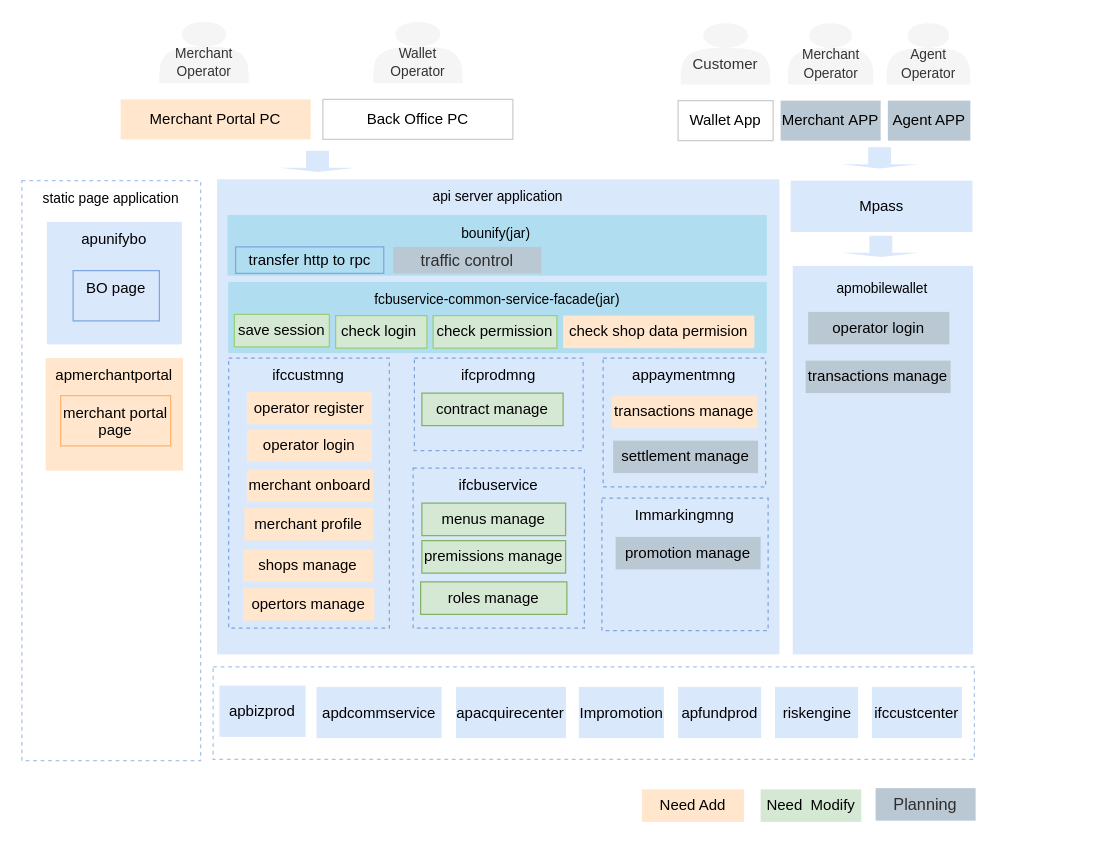
renqiuming/drawio keeps this draw.io diagram as page "架构图" (1 of 3) of Merchant portal.drawio. Above is the earlier version. Source tidied: cells renumbered, new cells numbered last; positions are measured from the earlier drawing's top-left corner, leaving out a move shared by most shapes. Both pictures are drawn from the tidied source at 125%, with x=0, y=0 at pixel (21, 21).
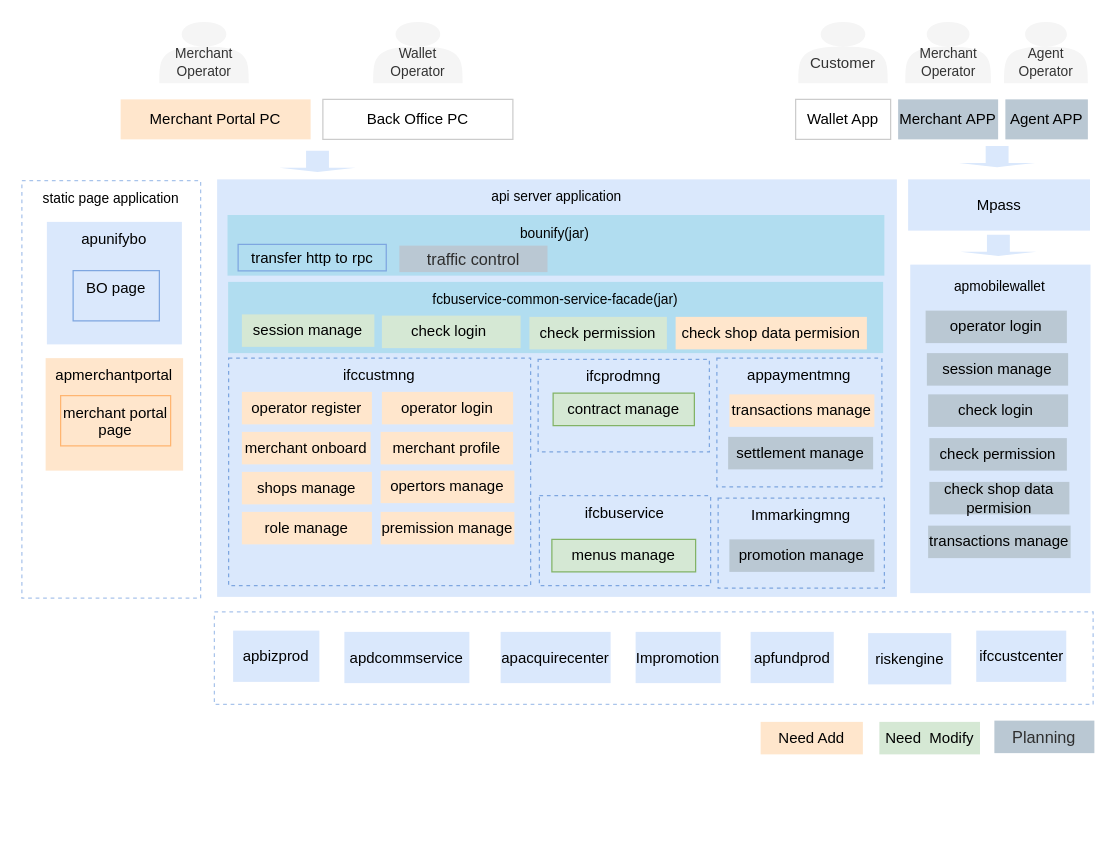
After the change.

What changed in the source:
```diff
@@
     <mxCell id="2" value="&lt;span style=&quot;font-size: 11px;&quot;&gt;api server application&lt;/span&gt;" style="rounded=0;whiteSpace=wrap;html=1;fillColor=#dae8fc;strokeColor=none;verticalAlign=top;" parent="1" vertex="1">
-      <mxGeometry x="156.2" y="126" width="449.8" height="380" as="geometry" />
+      <mxGeometry x="156.2" y="126" width="543.8" height="334" as="geometry" />
     </mxCell>
     <mxCell id="3" value="Merchant&amp;nbsp;APP" style="rounded=0;whiteSpace=wrap;html=1;fillColor=#bac8d3;strokeColor=none;" parent="1" vertex="1">
-      <mxGeometry x="607" y="63" width="80" height="32" as="geometry" />
+      <mxGeometry x="701" y="62" width="80" height="32" as="geometry" />
     </mxCell>
     <mxCell id="4" style="rounded=0;whiteSpace=wrap;html=1;fillColor=#dae8fc;strokeColor=none;" parent="1" vertex="1">
-      <mxGeometry x="616.7" y="195.2" width="144.2" height="310.8" as="geometry" />
+      <mxGeometry x="710.7" y="194.2" width="144.2" height="262.8" as="geometry" />
     </mxCell>
     <mxCell id="5" value="Mpass" style="rounded=0;whiteSpace=wrap;html=1;fillColor=#dae8fc;strokeColor=none;" parent="1" vertex="1">
-      <mxGeometry x="615" y="127" width="145.5" height="41" as="geometry" />
+      <mxGeometry x="709" y="126" width="145.5" height="41" as="geometry" />
     </mxCell>
     <mxCell id="6" value="ifccustmng" style="rounded=0;whiteSpace=wrap;html=1;fillColor=none;strokeColor=#7EA6E0;dashed=1;verticalAlign=top;" parent="1" vertex="1">
-      <mxGeometry x="165.4" y="269" width="128.6" height="216" as="geometry" />
+      <mxGeometry x="165.4" y="269" width="241.6" height="182" as="geometry" />
     </mxCell>
     <mxCell id="7" value="appaymentmng" style="rounded=0;whiteSpace=wrap;html=1;fillColor=none;strokeColor=#7EA6E0;dashed=1;verticalAlign=top;" parent="1" vertex="1">
-      <mxGeometry x="465" y="269" width="130" height="103" as="geometry" />
+      <mxGeometry x="556" y="269" width="132" height="103" as="geometry" />
     </mxCell>
     <mxCell id="8" value="Immarkingmng" style="rounded=0;whiteSpace=wrap;html=1;fillColor=none;strokeColor=#7EA6E0;dashed=1;verticalAlign=top;" parent="1" vertex="1">
-      <mxGeometry x="464" y="381" width="133" height="106" as="geometry" />
+      <mxGeometry x="557" y="381" width="133" height="72" as="geometry" />
     </mxCell>
     <mxCell id="9" value="ifcbuservice" style="rounded=0;whiteSpace=wrap;html=1;fillColor=none;strokeColor=#7EA6E0;dashed=1;verticalAlign=top;" parent="1" vertex="1">
-      <mxGeometry x="313" y="357" width="137" height="128" as="geometry" />
+      <mxGeometry x="414" y="379" width="137" height="72" as="geometry" />
     </mxCell>
@@
     <mxCell id="11" value="&lt;font style=&quot;font-size: 11px;&quot;&gt;&lt;br style=&quot;font-size: 11px;&quot;&gt;Agent&lt;br&gt;Operator&lt;/font&gt;" style="shape=actor;whiteSpace=wrap;html=1;fillColor=#f5f5f5;strokeColor=none;fontColor=#333333;" parent="1" vertex="1">
-      <mxGeometry x="691.8" y="1" width="67" height="49" as="geometry" />
+      <mxGeometry x="785.8" width="67" height="49" as="geometry" />
     </mxCell>
     <mxCell id="12" value="&lt;div style=&quot;text-align: start;&quot;&gt;&lt;span style=&quot;font-size: 11px; text-align: center;&quot;&gt;static page application&lt;/span&gt;&lt;br&gt;&lt;/div&gt;" style="rounded=0;whiteSpace=wrap;html=1;fillColor=none;dashed=1;verticalAlign=top;horizontal=1;strokeColor=#A9C4EB;" parent="1" vertex="1">
-      <mxGeometry y="127" width="143" height="464" as="geometry" />
+      <mxGeometry y="127" width="143" height="334" as="geometry" />
     </mxCell>
     <mxCell id="13" value="&lt;span style=&quot;font-size: 11px;&quot;&gt;bounify(jar)&amp;nbsp;&lt;/span&gt;" style="rounded=0;whiteSpace=wrap;html=1;fillColor=#b1ddf0;strokeColor=none;verticalAlign=top;" parent="1" vertex="1">
-      <mxGeometry x="164.5" y="154.5" width="431.5" height="48.5" as="geometry" />
+      <mxGeometry x="164.5" y="154.5" width="525.5" height="48.5" as="geometry" />
     </mxCell>
     <mxCell id="14" value="ifcprodmng" style="rounded=0;whiteSpace=wrap;html=1;fillColor=none;strokeColor=#7EA6E0;dashed=1;align=center;horizontal=1;verticalAlign=top;" parent="1" vertex="1">
-      <mxGeometry x="314" y="269" width="135" height="74" as="geometry" />
+      <mxGeometry x="413" y="270" width="137" height="74" as="geometry" />
     </mxCell>
     <mxCell id="15" value="Agent APP" style="rounded=0;whiteSpace=wrap;html=1;fillColor=#bac8d3;strokeColor=none;" parent="1" vertex="1">
-      <mxGeometry x="692.8" y="63" width="66" height="32" as="geometry" />
+      <mxGeometry x="786.8" y="62" width="66" height="32" as="geometry" />
     </mxCell>
@@
     <mxCell id="17" value="&lt;font style=&quot;font-size: 11px;&quot;&gt;&lt;br style=&quot;font-size: 11px;&quot;&gt;Merchant&lt;br&gt;Operator&lt;/font&gt;" style="shape=actor;whiteSpace=wrap;html=1;fillColor=#f5f5f5;strokeColor=none;fontColor=#333333;" parent="1" vertex="1">
-      <mxGeometry x="612.8" y="1" width="68.5" height="49" as="geometry" />
+      <mxGeometry x="706.8" width="68.5" height="49" as="geometry" />
     </mxCell>
@@
     <mxCell id="20" value="Need&amp;nbsp; Modify" style="rounded=0;whiteSpace=wrap;html=1;fillColor=#d5e8d4;strokeColor=none;" parent="1" vertex="1">
-      <mxGeometry x="591" y="614" width="80.5" height="26" as="geometry" />
+      <mxGeometry x="686" y="560" width="80.5" height="26" as="geometry" />
     </mxCell>
     <mxCell id="21" value="&lt;div style=&quot;text-align: start;&quot;&gt;&lt;span style=&quot;background-color: initial; font-size: 13px; caret-color: rgb(46, 46, 46);&quot;&gt;&lt;font face=&quot;Hei&quot; color=&quot;#2e2e2e&quot;&gt;Planning&lt;/font&gt;&lt;/span&gt;&lt;/div&gt;" style="rounded=0;whiteSpace=wrap;html=1;fillColor=#bac8d3;strokeColor=none;" parent="1" vertex="1">
-      <mxGeometry x="683" y="613" width="80" height="26" as="geometry" />
+      <mxGeometry x="778" y="559" width="80" height="26" as="geometry" />
     </mxCell>
     <mxCell id="22" style="rounded=0;whiteSpace=wrap;html=1;dashed=1;fillColor=none;strokeColor=#A9C4EB;" parent="1" vertex="1">
-      <mxGeometry x="153" y="516" width="609" height="74" as="geometry" />
+      <mxGeometry x="154" y="472" width="703" height="74" as="geometry" />
     </mxCell>
     <mxCell id="23" value="apbizprod" style="rounded=0;whiteSpace=wrap;html=1;fillColor=#dae8fc;strokeColor=none;" parent="1" vertex="1">
-      <mxGeometry x="158" y="531" width="69" height="41" as="geometry" />
+      <mxGeometry x="169" y="487" width="69" height="41" as="geometry" />
     </mxCell>
     <mxCell id="24" value="apdcommservice" style="rounded=0;whiteSpace=wrap;html=1;fillColor=#dae8fc;strokeColor=none;" parent="1" vertex="1">
-      <mxGeometry x="235.8" y="532" width="100" height="41" as="geometry" />
+      <mxGeometry x="258" y="488" width="100" height="41" as="geometry" />
     </mxCell>
     <mxCell id="25" value="&lt;div style=&quot;text-align: left;&quot;&gt;apacquirecenter&lt;/div&gt;" style="rounded=0;whiteSpace=wrap;html=1;fillColor=#dae8fc;strokeColor=none;" parent="1" vertex="1">
-      <mxGeometry x="347.3" y="532" width="88" height="41" as="geometry" />
+      <mxGeometry x="383" y="488" width="88" height="41" as="geometry" />
     </mxCell>
     <mxCell id="26" value="Impromotion" style="rounded=0;whiteSpace=wrap;html=1;fillColor=#dae8fc;strokeColor=none;" parent="1" vertex="1">
-      <mxGeometry x="445.6" y="532" width="68" height="41" as="geometry" />
+      <mxGeometry x="491" y="488" width="68" height="41" as="geometry" />
     </mxCell>
     <mxCell id="27" value="apfundprod" style="rounded=0;whiteSpace=wrap;html=1;fillColor=#dae8fc;strokeColor=none;" parent="1" vertex="1">
-      <mxGeometry x="525" y="532" width="66.5" height="41" as="geometry" />
+      <mxGeometry x="583" y="488" width="66.5" height="41" as="geometry" />
     </mxCell>
     <mxCell id="28" value="riskengine" style="rounded=0;whiteSpace=wrap;html=1;fillColor=#dae8fc;strokeColor=none;" parent="1" vertex="1">
-      <mxGeometry x="602.5" y="532" width="66.5" height="41" as="geometry" />
+      <mxGeometry x="677" y="489" width="66.5" height="41" as="geometry" />
     </mxCell>
     <mxCell id="29" value="&lt;span style=&quot;font-size: 11px;&quot;&gt;fcbuservice-common-service-facade(jar)&lt;/span&gt;" style="rounded=0;whiteSpace=wrap;html=1;fillColor=#b1ddf0;strokeColor=none;verticalAlign=top;" parent="1" vertex="1">
-      <mxGeometry x="165" y="208" width="431" height="57" as="geometry" />
+      <mxGeometry x="165" y="208" width="524" height="57" as="geometry" />
     </mxCell>
     <mxCell id="30" value="ifccustcenter" style="rounded=0;whiteSpace=wrap;html=1;fillColor=#dae8fc;strokeColor=none;" parent="1" vertex="1">
-      <mxGeometry x="680" y="532" width="72" height="41" as="geometry" />
+      <mxGeometry x="763.5" y="487" width="72" height="41" as="geometry" />
     </mxCell>
-    <mxCell id="31" value="save session" style="rounded=0;whiteSpace=wrap;html=1;fillColor=#d5e8d4;strokeColor=#97D077;" parent="1" vertex="1">
-      <mxGeometry x="170" y="234" width="76" height="26" as="geometry" />
+    <mxCell id="31" value="session manage" style="rounded=0;whiteSpace=wrap;html=1;fillColor=#d5e8d4;strokeColor=none;" parent="1" vertex="1">
+      <mxGeometry x="176" y="234" width="106" height="26" as="geometry" />
     </mxCell>
-    <mxCell id="32" value="check login&amp;nbsp;" style="rounded=0;whiteSpace=wrap;html=1;fillColor=#d5e8d4;strokeColor=#97D077;" parent="1" vertex="1">
-      <mxGeometry x="251" y="235" width="73" height="26" as="geometry" />
+    <mxCell id="32" value="check login&amp;nbsp;" style="rounded=0;whiteSpace=wrap;html=1;fillColor=#bac8d3;strokeColor=none;" parent="1" vertex="1">
+      <mxGeometry x="725" y="298" width="112" height="26" as="geometry" />
     </mxCell>
-    <mxCell id="33" value="check permission" style="rounded=0;whiteSpace=wrap;html=1;fillColor=#d5e8d4;strokeColor=#97D077;" parent="1" vertex="1">
-      <mxGeometry x="329" y="235" width="99" height="26" as="geometry" />
-    </mxCell>
     <mxCell id="34" value="check shop data permision" style="rounded=0;whiteSpace=wrap;html=1;fillColor=#ffe6cc;strokeColor=none;" parent="1" vertex="1">
-      <mxGeometry x="433" y="235" width="153" height="26" as="geometry" />
+      <mxGeometry x="523" y="236" width="153" height="26" as="geometry" />
     </mxCell>
@@
     <mxCell id="37" value="transfer http to rpc" style="rounded=0;whiteSpace=wrap;html=1;fillColor=none;strokeColor=#7EA6E0;" parent="1" vertex="1">
-      <mxGeometry x="171" y="180" width="118.5" height="21.2" as="geometry" />
+      <mxGeometry x="173" y="178" width="118.5" height="21.2" as="geometry" />
     </mxCell>
     <mxCell id="38" value="&lt;span style=&quot;caret-color: rgb(46, 46, 46); color: rgb(46, 46, 46); font-family: Hei; font-size: 13px; text-align: start; text-size-adjust: auto;&quot;&gt;traffic control&lt;/span&gt;" style="rounded=0;whiteSpace=wrap;html=1;fillColor=#bac8d3;strokeColor=none;" parent="1" vertex="1">
-      <mxGeometry x="297" y="180" width="118.5" height="21.2" as="geometry" />
+      <mxGeometry x="302" y="179" width="118.5" height="21.2" as="geometry" />
     </mxCell>
     <mxCell id="39" value="Need Add" style="rounded=0;whiteSpace=wrap;html=1;fillColor=#ffe6cc;strokeColor=none;" parent="1" vertex="1">
-      <mxGeometry x="496" y="614" width="81.8" height="26" as="geometry" />
+      <mxGeometry x="591" y="560" width="81.8" height="26" as="geometry" />
     </mxCell>
@@
     <mxCell id="41" style="shape=singleArrow;direction=south;whiteSpace=wrap;html=1;strokeColor=none;fillColor=#dae8fc;" parent="1" vertex="1">
-      <mxGeometry x="655.7" y="100.2" width="61" height="17" as="geometry" />
+      <mxGeometry x="749.7" y="99.2" width="61" height="17" as="geometry" />
     </mxCell>
     <mxCell id="42" style="shape=singleArrow;direction=south;whiteSpace=wrap;html=1;strokeColor=none;fillColor=#dae8fc;" parent="1" vertex="1">
-      <mxGeometry x="656.7" y="171.2" width="61" height="17" as="geometry" />
+      <mxGeometry x="750.7" y="170.2" width="61" height="17" as="geometry" />
     </mxCell>
     <mxCell id="43" value="apmobilewallet" style="text;html=1;strokeColor=none;fillColor=none;align=center;verticalAlign=middle;whiteSpace=wrap;rounded=0;fontSize=11;" parent="1" vertex="1">
-      <mxGeometry x="623.4" y="198.2" width="131" height="30" as="geometry" />
+      <mxGeometry x="717.4" y="197.2" width="131" height="30" as="geometry" />
     </mxCell>
     <mxCell id="44" value="&lt;br&gt;Customer" style="shape=actor;whiteSpace=wrap;html=1;fillColor=#f5f5f5;strokeColor=none;fontColor=#333333;" parent="1" vertex="1">
-      <mxGeometry x="527.2" y="1" width="71.5" height="49" as="geometry" />
+      <mxGeometry x="621.2" width="71.5" height="49" as="geometry" />
     </mxCell>
     <mxCell id="45" value="&lt;div style=&quot;text-align: start;&quot;&gt;&lt;span style=&quot;caret-color: rgb(46, 46, 46);&quot;&gt;Wallet App&lt;/span&gt;&lt;/div&gt;" style="rounded=0;whiteSpace=wrap;html=1;fillColor=none;strokeColor=#CCCCCC;" parent="1" vertex="1">
-      <mxGeometry x="525" y="63" width="76" height="32" as="geometry" />
+      <mxGeometry x="619" y="62" width="76" height="32" as="geometry" />
     </mxCell>
@@
     <mxCell id="48" value="operator register" style="rounded=0;whiteSpace=wrap;html=1;fillColor=#ffe6cc;strokeColor=none;" parent="1" vertex="1">
-      <mxGeometry x="180" y="296" width="100" height="26" as="geometry" />
+      <mxGeometry x="176" y="296" width="104" height="26" as="geometry" />
     </mxCell>
     <mxCell id="49" value="operator login" style="rounded=0;whiteSpace=wrap;html=1;fillColor=#ffe6cc;strokeColor=none;" parent="1" vertex="1">
-      <mxGeometry x="180" y="326" width="100" height="26" as="geometry" />
+      <mxGeometry x="288" y="296" width="105" height="26" as="geometry" />
     </mxCell>
     <mxCell id="50" value="merchant profile" style="rounded=0;whiteSpace=wrap;html=1;fillColor=#ffe6cc;strokeColor=none;" parent="1" vertex="1">
-      <mxGeometry x="178" y="389" width="103" height="26" as="geometry" />
+      <mxGeometry x="287" y="328" width="106" height="26" as="geometry" />
     </mxCell>
     <mxCell id="51" value="merchant onboard" style="rounded=0;whiteSpace=wrap;html=1;fillColor=#ffe6cc;strokeColor=none;" parent="1" vertex="1">
-      <mxGeometry x="180" y="358" width="101" height="26" as="geometry" />
+      <mxGeometry x="176" y="328" width="103" height="26" as="geometry" />
     </mxCell>
     <mxCell id="52" value="shops manage" style="rounded=0;whiteSpace=wrap;html=1;fillColor=#ffe6cc;strokeColor=none;" parent="1" vertex="1">
-      <mxGeometry x="177" y="422" width="104" height="26" as="geometry" />
+      <mxGeometry x="176" y="360" width="104" height="26" as="geometry" />
     </mxCell>
     <mxCell id="53" value="contract manage" style="rounded=0;whiteSpace=wrap;html=1;fillColor=#d5e8d4;strokeColor=#82b366;" parent="1" vertex="1">
-      <mxGeometry x="320" y="297" width="113" height="26" as="geometry" />
+      <mxGeometry x="425" y="297" width="113" height="26" as="geometry" />
     </mxCell>
     <mxCell id="54" value="transactions manage" style="rounded=0;whiteSpace=wrap;html=1;fillColor=#ffe6cc;strokeColor=none;" parent="1" vertex="1">
-      <mxGeometry x="472" y="299" width="116" height="26" as="geometry" />
+      <mxGeometry x="566" y="298" width="116" height="26" as="geometry" />
     </mxCell>
     <mxCell id="55" value="opertors manage" style="rounded=0;whiteSpace=wrap;html=1;fillColor=#ffe6cc;strokeColor=none;" parent="1" vertex="1">
-      <mxGeometry x="177" y="453" width="105" height="26" as="geometry" />
+      <mxGeometry x="287" y="359" width="107" height="26" as="geometry" />
     </mxCell>
     <mxCell id="56" value="menus manage" style="rounded=0;whiteSpace=wrap;html=1;fillColor=#d5e8d4;strokeColor=#82b366;" parent="1" vertex="1">
-      <mxGeometry x="320" y="385" width="115" height="26" as="geometry" />
+      <mxGeometry x="424" y="414" width="115" height="26" as="geometry" />
     </mxCell>
-    <mxCell id="57" value="premissions manage" style="rounded=0;whiteSpace=wrap;html=1;fillColor=#d5e8d4;strokeColor=#82b366;" parent="1" vertex="1">
-      <mxGeometry x="320" y="415" width="115" height="26" as="geometry" />
-    </mxCell>
-    <mxCell id="58" value="roles manage" style="rounded=0;whiteSpace=wrap;html=1;fillColor=#d5e8d4;strokeColor=#82b366;" parent="1" vertex="1">
-      <mxGeometry x="319" y="448" width="117" height="26" as="geometry" />
-    </mxCell>
     <mxCell id="59" value="settlement manage" style="rounded=0;whiteSpace=wrap;html=1;fillColor=#bac8d3;strokeColor=none;" parent="1" vertex="1">
-      <mxGeometry x="473" y="335" width="116" height="26" as="geometry" />
+      <mxGeometry x="565" y="332" width="116" height="26" as="geometry" />
     </mxCell>
     <mxCell id="60" value="promotion manage" style="rounded=0;whiteSpace=wrap;html=1;fillColor=#bac8d3;strokeColor=none;" parent="1" vertex="1">
-      <mxGeometry x="475" y="412" width="116" height="26" as="geometry" />
+      <mxGeometry x="566" y="414" width="116" height="26" as="geometry" />
     </mxCell>
     <mxCell id="61" value="operator login" style="rounded=0;whiteSpace=wrap;html=1;fillColor=#bac8d3;strokeColor=none;" parent="1" vertex="1">
-      <mxGeometry x="629" y="232" width="113" height="26" as="geometry" />
+      <mxGeometry x="723" y="231" width="113" height="26" as="geometry" />
     </mxCell>
     <mxCell id="62" value="transactions manage" style="rounded=0;whiteSpace=wrap;html=1;fillColor=#bac8d3;strokeColor=none;" parent="1" vertex="1">
-      <mxGeometry x="627" y="271" width="116" height="26" as="geometry" />
+      <mxGeometry x="725" y="403" width="114" height="26" as="geometry" />
     </mxCell>
+    <mxCell id="63" value="role manage" style="rounded=0;whiteSpace=wrap;html=1;fillColor=#ffe6cc;strokeColor=none;" parent="1" vertex="1">
+      <mxGeometry x="176" y="392" width="104" height="26" as="geometry" />
+    </mxCell>
+    <mxCell id="64" value="premission manage" style="rounded=0;whiteSpace=wrap;html=1;fillColor=#ffe6cc;strokeColor=none;" parent="1" vertex="1">
+      <mxGeometry x="287" y="392" width="107" height="26" as="geometry" />
+    </mxCell>
+    <mxCell id="65" value="session manage" style="rounded=0;whiteSpace=wrap;html=1;fillColor=#bac8d3;strokeColor=none;" parent="1" vertex="1">
+      <mxGeometry x="724" y="265" width="113" height="26" as="geometry" />
+    </mxCell>
+    <mxCell id="66" value="check permission" style="rounded=0;whiteSpace=wrap;html=1;fillColor=#bac8d3;strokeColor=none;" parent="1" vertex="1">
+      <mxGeometry x="726" y="333" width="110" height="26" as="geometry" />
+    </mxCell>
+    <mxCell id="67" value="check shop data permision" style="rounded=0;whiteSpace=wrap;html=1;fillColor=#bac8d3;strokeColor=none;" parent="1" vertex="1">
+      <mxGeometry x="726" y="368" width="112" height="26" as="geometry" />
+    </mxCell>
+    <mxCell id="68" value="check login&amp;nbsp;" style="rounded=0;whiteSpace=wrap;html=1;fillColor=#d5e8d4;strokeColor=none;" parent="1" vertex="1">
+      <mxGeometry x="288" y="235" width="111" height="26" as="geometry" />
+    </mxCell>
+    <mxCell id="69" value="check permission" style="rounded=0;whiteSpace=wrap;html=1;fillColor=#d5e8d4;strokeColor=none;" parent="1" vertex="1">
+      <mxGeometry x="406" y="236" width="110" height="26" as="geometry" />
+    </mxCell>
```
